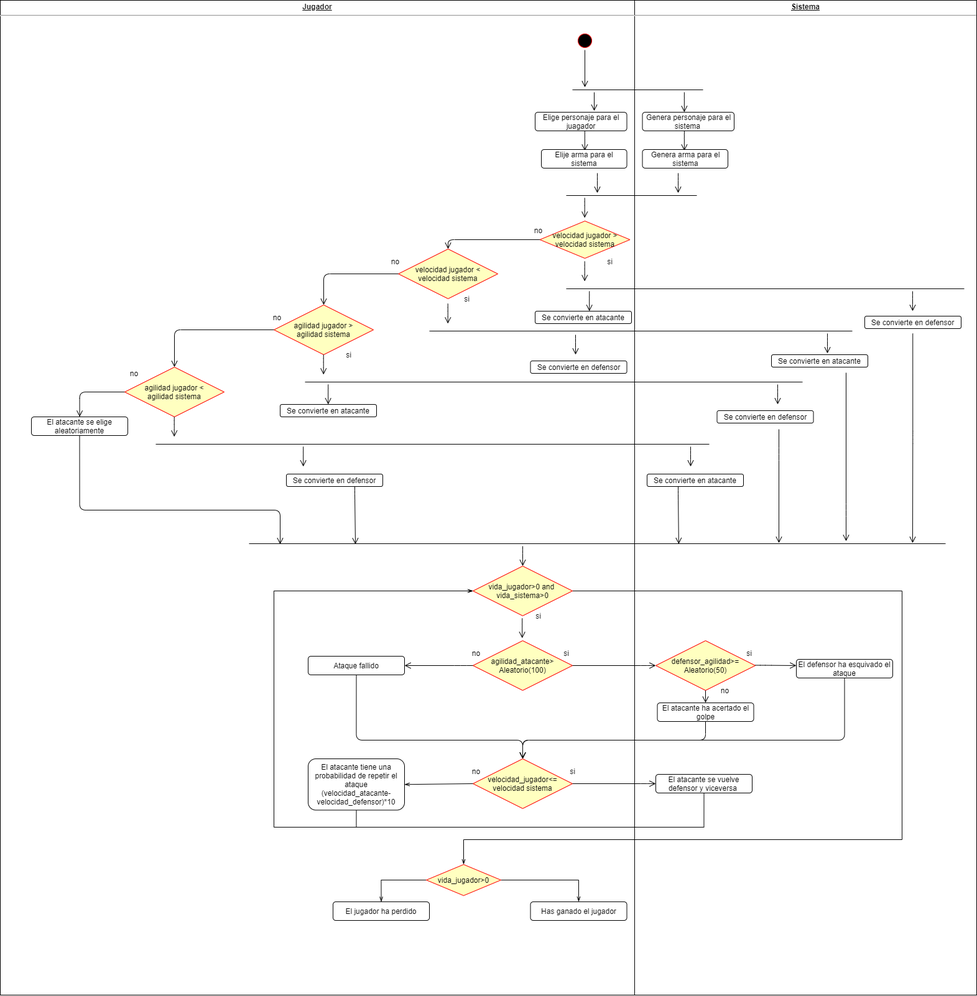
Earlier version of the draw.io export M5/diagrama_activitats.png (g-alpi/proyecto_3_fight). Source tidied: cells renumbered, new cells last; positions are measured from the earlier drawing's top-left corner, leaving out a move shared by most shapes.
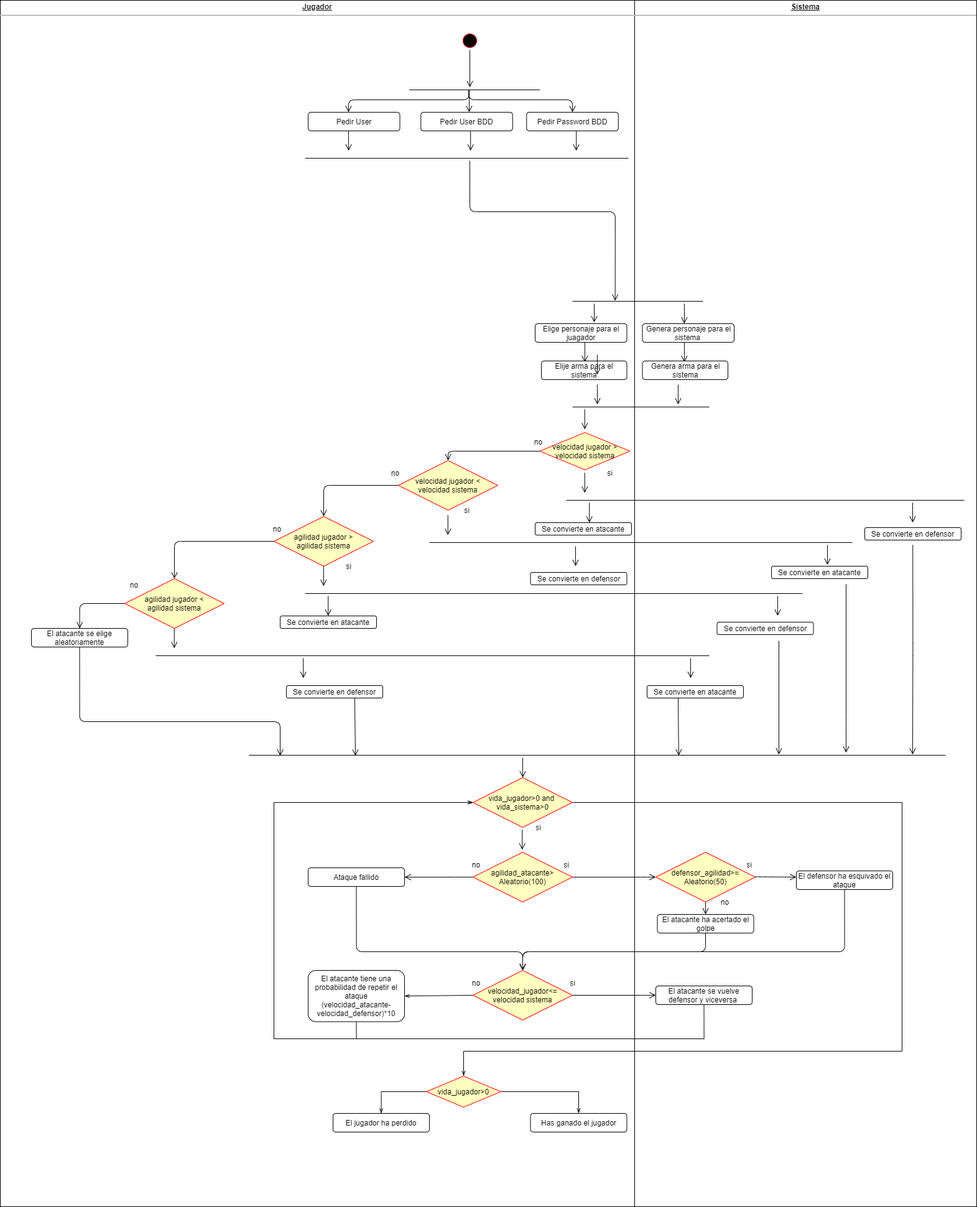
The same diagram one commit later.

What changed in the source:
```diff
@@ -3,17 +3,17 @@
     <mxCell id="0" />
     <mxCell id="1" parent="0" />
     <mxCell id="2" value="&lt;p style=&quot;margin: 0px ; margin-top: 4px ; text-align: center ; text-decoration: underline&quot;&gt;&lt;b&gt;Jugador&lt;/b&gt;&lt;/p&gt;&lt;hr&gt;&lt;p style=&quot;margin: 0px ; margin-left: 8px&quot;&gt;&lt;span style=&quot;color: rgba(0 , 0 , 0 , 0) ; font-family: monospace ; font-size: 0px&quot;&gt;%3CmxGraphModel%3E%3Croot%3E%3CmxCell%20id%3D%220%22%2F%3E%3CmxCell%20id%3D%221%22%20parent%3D%220%22%2F%3E%3CmxCell%20id%3D%222%22%20value%3D%22%22%20style%3D%22edgeStyle%3DorthogonalEdgeStyle%3Bhtml%3D1%3BverticalAlign%3Dbottom%3BendArrow%3Dopen%3BendSize%3D8%3B%22%20edge%3D%221%22%20parent%3D%221%22%3E%3CmxGeometry%20relative%3D%221%22%20as%3D%22geometry%22%3E%3CmxPoint%20x%3D%22299.8799999999999%22%20y%3D%22472%22%20as%3D%22targetPoint%22%2F%3E%3CmxPoint%20x%3D%22299.8799999999999%22%20y%3D%22440%22%20as%3D%22sourcePoint%22%2F%3E%3CArray%20as%3D%22points%22%3E%3CmxPoint%20x%3D%22299.88%22%20y%3D%22452%22%2F%3E%3CmxPoint%20x%3D%22299.88%22%20y%3D%22452%22%2F%3E%3C%2FArray%3E%3C%2FmxGeometry%3E%3C%2FmxCell%3E%3C%2Froot%3E%3C%2FmxGraphModel%3E&lt;/span&gt;&lt;br&gt;&lt;/p&gt;" style="verticalAlign=top;align=left;overflow=fill;fontSize=12;fontFamily=Helvetica;html=1;" parent="1" vertex="1">
-      <mxGeometry width="1020" height="1600" as="geometry" />
+      <mxGeometry y="-340" width="1020" height="1940" as="geometry" />
     </mxCell>
     <mxCell id="3" value="&lt;p style=&quot;margin: 0px ; margin-top: 4px ; text-align: center ; text-decoration: underline&quot;&gt;&lt;b&gt;Sistema&lt;/b&gt;&lt;/p&gt;&lt;hr&gt;&lt;p style=&quot;margin: 0px ; margin-left: 8px&quot;&gt;&lt;br&gt;&lt;/p&gt;" style="verticalAlign=top;align=left;overflow=fill;fontSize=12;fontFamily=Helvetica;html=1;" parent="1" vertex="1">
-      <mxGeometry x="1020" width="550" height="1600" as="geometry" />
+      <mxGeometry x="1020" y="-340" width="550" height="1940" as="geometry" />
     </mxCell>
     <mxCell id="4" style="ellipse;html=1;shape=startState;fillColor=#000000;strokeColor=#ff0000;" parent="1" vertex="1">
-      <mxGeometry x="925" y="50" width="30" height="30" as="geometry" />
+      <mxGeometry x="740" y="-290" width="30" height="30" as="geometry" />
     </mxCell>
     <mxCell id="5" style="edgeStyle=orthogonalEdgeStyle;html=1;verticalAlign=bottom;endArrow=open;endSize=8;" parent="1" edge="1" source="4">
       <mxGeometry relative="1" as="geometry">
-        <mxPoint x="940" y="140" as="targetPoint" />
+        <mxPoint x="755" y="-200" as="targetPoint" />
       </mxGeometry>
     </mxCell>
     <mxCell id="6" value="Elige personaje para el juagador" style="rounded=1;whiteSpace=wrap;html=1;" parent="1" vertex="1">
@@ -68,7 +68,7 @@
       <mxGeometry x="870" y="240" width="137.5" height="30" as="geometry" />
     </mxCell>
     <mxCell id="15" style="line;strokeWidth=1;fillColor=none;align=left;verticalAlign=middle;spacingTop=-1;spacingLeft=3;spacingRight=3;labelPosition=right;" parent="1" vertex="1">
-      <mxGeometry x="910" y="310" width="210" height="8" as="geometry" />
+      <mxGeometry x="920" y="310" width="220" height="8" as="geometry" />
     </mxCell>
     <mxCell id="16" style="edgeStyle=orthogonalEdgeStyle;html=1;verticalAlign=bottom;endArrow=open;endSize=8;" parent="1" edge="1">
       <mxGeometry relative="1" as="geometry">
@@ -547,5 +547,93 @@
     <mxCell id="100" value="El jugador ha perdido" style="rounded=1;whiteSpace=wrap;html=1;" parent="1" vertex="1">
       <mxGeometry x="535" y="1450" width="155" height="30" as="geometry" />
     </mxCell>
+    <mxCell id="101" value="Pedir User BDD" style="rounded=1;whiteSpace=wrap;html=1;" parent="1" vertex="1">
+      <mxGeometry x="676.2" y="-160" width="147.5" height="30" as="geometry" />
+    </mxCell>
+    <mxCell id="102" style="edgeStyle=orthogonalEdgeStyle;html=1;verticalAlign=bottom;endArrow=open;endSize=8;" parent="1" edge="1">
+      <mxGeometry relative="1" as="geometry">
+        <mxPoint x="756.1" y="-130" as="sourcePoint" />
+        <mxPoint x="756.1" y="-98" as="targetPoint" />
+        <Array as="points">
+          <mxPoint x="756.1" y="-118" />
+          <mxPoint x="756.1" y="-118" />
+        </Array>
+      </mxGeometry>
+    </mxCell>
+    <mxCell id="103" value="Pedir User" style="rounded=1;whiteSpace=wrap;html=1;" parent="1" vertex="1">
+      <mxGeometry x="495" y="-160" width="147.5" height="30" as="geometry" />
+    </mxCell>
+    <mxCell id="104" style="edgeStyle=orthogonalEdgeStyle;html=1;verticalAlign=bottom;endArrow=open;endSize=8;" parent="1" edge="1">
+      <mxGeometry relative="1" as="geometry">
+        <mxPoint x="959.9" y="230" as="sourcePoint" />
+        <mxPoint x="959.9" y="262" as="targetPoint" />
+        <Array as="points">
+          <mxPoint x="959.9" y="242" />
+          <mxPoint x="959.9" y="242" />
+        </Array>
+      </mxGeometry>
+    </mxCell>
+    <mxCell id="105" value="Pedir Password BDD" style="rounded=1;whiteSpace=wrap;html=1;" parent="1" vertex="1">
+      <mxGeometry x="846.2" y="-160" width="147.5" height="30" as="geometry" />
+    </mxCell>
+    <mxCell id="106" style="edgeStyle=orthogonalEdgeStyle;html=1;verticalAlign=bottom;endArrow=open;endSize=8;" parent="1" edge="1">
+      <mxGeometry relative="1" as="geometry">
+        <mxPoint x="926.1" y="-130" as="sourcePoint" />
+        <mxPoint x="926.1" y="-98" as="targetPoint" />
+        <Array as="points">
+          <mxPoint x="926.1" y="-118" />
+          <mxPoint x="926.1" y="-118" />
+        </Array>
+      </mxGeometry>
+    </mxCell>
+    <mxCell id="107" style="line;strokeWidth=1;fillColor=none;align=left;verticalAlign=middle;spacingTop=-1;spacingLeft=3;spacingRight=3;labelPosition=right;" parent="1" vertex="1">
+      <mxGeometry x="490" y="-90" width="520" height="8" as="geometry" />
+    </mxCell>
+    <mxCell id="108" style="line;strokeWidth=1;fillColor=none;align=left;verticalAlign=middle;spacingTop=-1;spacingLeft=3;spacingRight=3;labelPosition=right;points=[];portConstraint=eastwest;" parent="1" vertex="1">
+      <mxGeometry x="657.5" y="-200" width="210" height="8" as="geometry" />
+    </mxCell>
+    <mxCell id="109" style="edgeStyle=orthogonalEdgeStyle;html=1;verticalAlign=bottom;endArrow=open;endSize=8;" parent="1" edge="1">
+      <mxGeometry relative="1" as="geometry">
+        <mxPoint x="559.9" y="-130" as="sourcePoint" />
+        <mxPoint x="560" y="-98" as="targetPoint" />
+        <Array as="points">
+          <mxPoint x="560.3" y="-114" />
+        </Array>
+      </mxGeometry>
+    </mxCell>
+    <mxCell id="110" style="edgeStyle=orthogonalEdgeStyle;html=1;verticalAlign=bottom;endArrow=open;endSize=8;exitX=0.456;exitY=0.616;exitDx=0;exitDy=0;exitPerimeter=0;" parent="1" edge="1" source="108">
+      <mxGeometry relative="1" as="geometry">
+        <mxPoint x="559.9" y="-160" as="targetPoint" />
+        <Array as="points">
+          <mxPoint x="753" y="-180" />
+          <mxPoint x="560" y="-180" />
+        </Array>
+      </mxGeometry>
+    </mxCell>
+    <mxCell id="111" style="edgeStyle=orthogonalEdgeStyle;html=1;verticalAlign=bottom;endArrow=open;endSize=8;exitX=0.459;exitY=0.587;exitDx=0;exitDy=0;exitPerimeter=0;" parent="1" edge="1" source="108" target="101">
+      <mxGeometry relative="1" as="geometry">
+        <Array as="points">
+          <mxPoint x="754" y="-190" />
+          <mxPoint x="754" y="-190" />
+        </Array>
+      </mxGeometry>
+    </mxCell>
+    <mxCell id="112" style="edgeStyle=orthogonalEdgeStyle;html=1;verticalAlign=bottom;endArrow=open;endSize=8;exitX=0.457;exitY=0.529;exitDx=0;exitDy=0;exitPerimeter=0;" parent="1" edge="1" source="108" target="105">
+      <mxGeometry relative="1" as="geometry">
+        <Array as="points">
+          <mxPoint x="753" y="-180" />
+          <mxPoint x="920" y="-180" />
+        </Array>
+      </mxGeometry>
+    </mxCell>
+    <mxCell id="113" style="edgeStyle=orthogonalEdgeStyle;html=1;verticalAlign=bottom;endArrow=open;endSize=8;entryX=0.327;entryY=0.393;entryDx=0;entryDy=0;entryPerimeter=0;" parent="1" edge="1" target="7">
+      <mxGeometry relative="1" as="geometry">
+        <mxPoint x="754.9" y="-82" as="sourcePoint" />
+        <Array as="points">
+          <mxPoint x="755" />
+          <mxPoint x="989" />
+        </Array>
+      </mxGeometry>
+    </mxCell>
   </root>
 </mxGraphModel>
```
